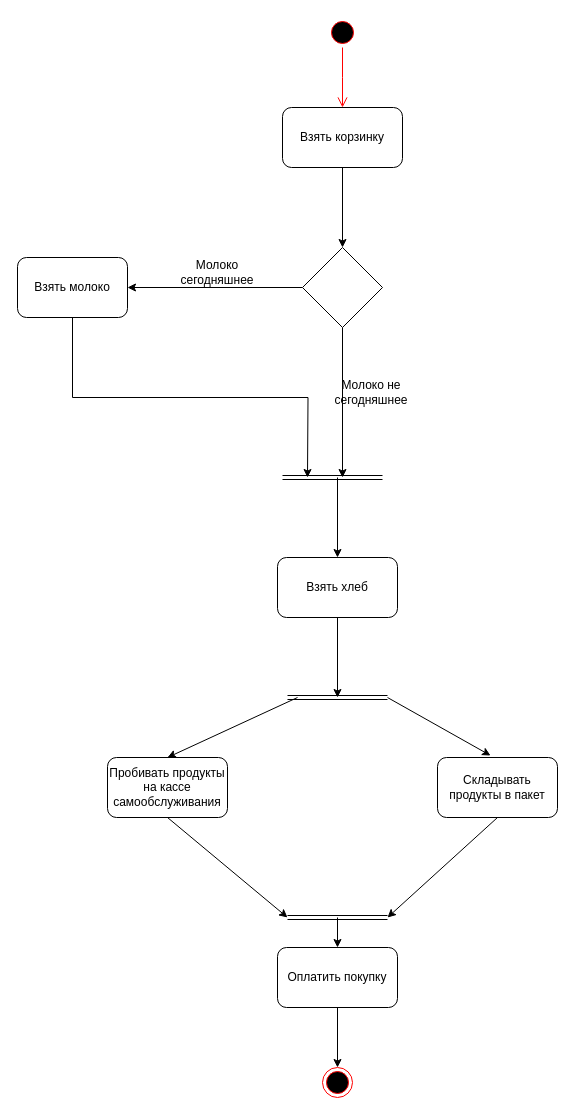
The draw.io diagram Диаграмма_7.drawio in arinazzz/DBMS, before the edit. Source tidied: cells renumbered, new cells numbered last; positions are measured from the earlier drawing's top-left corner, leaving out a move shared by most shapes. Both pictures are drawn from the tidied source at 100%, with x=0, y=0 at pixel (17, 17).
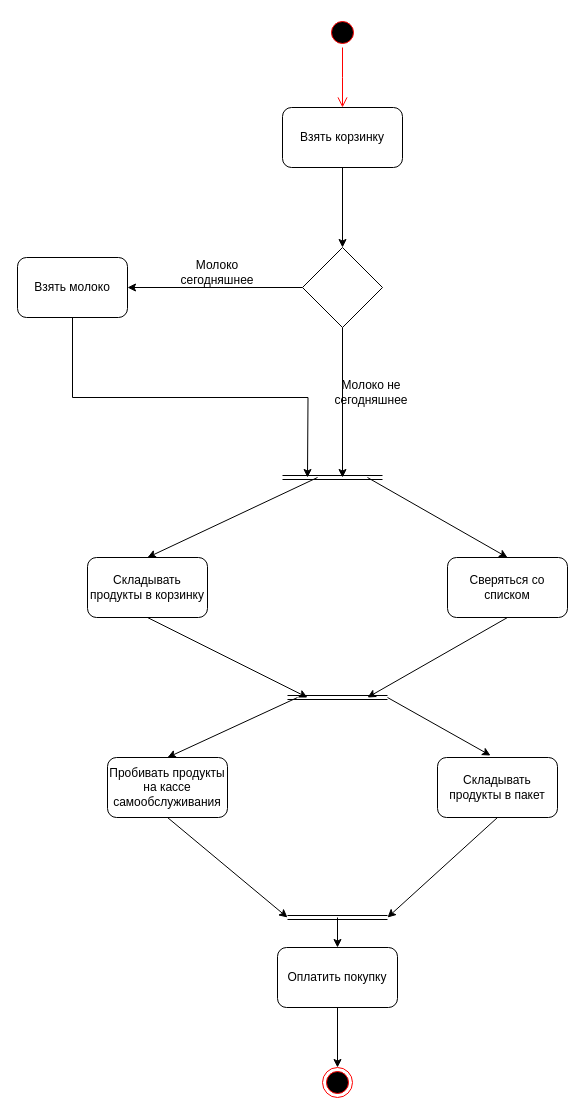
Above is the later version.

Change to the diagram source:
```diff
@@
-    <mxCell id="13" value="Взять хлеб" style="rounded=1;whiteSpace=wrap;html=1;" parent="1" vertex="1">
-      <mxGeometry x="260" y="540" width="120" height="60" as="geometry" />
-    </mxCell>
-    <mxCell id="14" style="endArrow=classic;html=1;rounded=0;entryX=0.5;entryY=0;entryDx=0;entryDy=0;" parent="1" edge="1" target="13">
-      <mxGeometry relative="1" as="geometry">
-        <mxPoint x="320" y="460" as="sourcePoint" />
-      </mxGeometry>
-    </mxCell>
@@
-    <mxCell id="16" style="endArrow=classic;html=1;rounded=0;exitX=0.5;exitY=1;exitDx=0;exitDy=0;" parent="1" edge="1" source="13">
-      <mxGeometry relative="1" as="geometry">
-        <mxPoint x="320" y="680" as="targetPoint" />
-      </mxGeometry>
-    </mxCell>
@@
+    <mxCell id="29" value="Складывать продукты в корзинку" style="rounded=1;whiteSpace=wrap;html=1;" parent="1" vertex="1">
+      <mxGeometry x="70" y="540" width="120" height="60" as="geometry" />
+    </mxCell>
+    <mxCell id="30" value="Сверяться со списком" style="rounded=1;whiteSpace=wrap;html=1;" parent="1" vertex="1">
+      <mxGeometry x="430" y="540" width="120" height="60" as="geometry" />
+    </mxCell>
+    <mxCell id="31" style="endArrow=classic;html=1;rounded=0;entryX=0.5;entryY=0;entryDx=0;entryDy=0;" parent="1" edge="1" target="29">
+      <mxGeometry relative="1" as="geometry">
+        <mxPoint x="300" y="460" as="sourcePoint" />
+      </mxGeometry>
+    </mxCell>
+    <mxCell id="32" style="endArrow=classic;html=1;rounded=0;entryX=0.5;entryY=0;entryDx=0;entryDy=0;" parent="1" edge="1" target="30">
+      <mxGeometry relative="1" as="geometry">
+        <mxPoint x="350" y="460" as="sourcePoint" />
+      </mxGeometry>
+    </mxCell>
+    <mxCell id="33" style="endArrow=classic;html=1;rounded=0;exitX=0.5;exitY=1;exitDx=0;exitDy=0;" parent="1" edge="1" source="29">
+      <mxGeometry relative="1" as="geometry">
+        <mxPoint x="290" y="680" as="targetPoint" />
+      </mxGeometry>
+    </mxCell>
+    <mxCell id="34" style="endArrow=classic;html=1;rounded=0;exitX=0.5;exitY=1;exitDx=0;exitDy=0;" parent="1" edge="1" source="30">
+      <mxGeometry relative="1" as="geometry">
+        <mxPoint x="350" y="680" as="targetPoint" />
+      </mxGeometry>
+    </mxCell>
```
